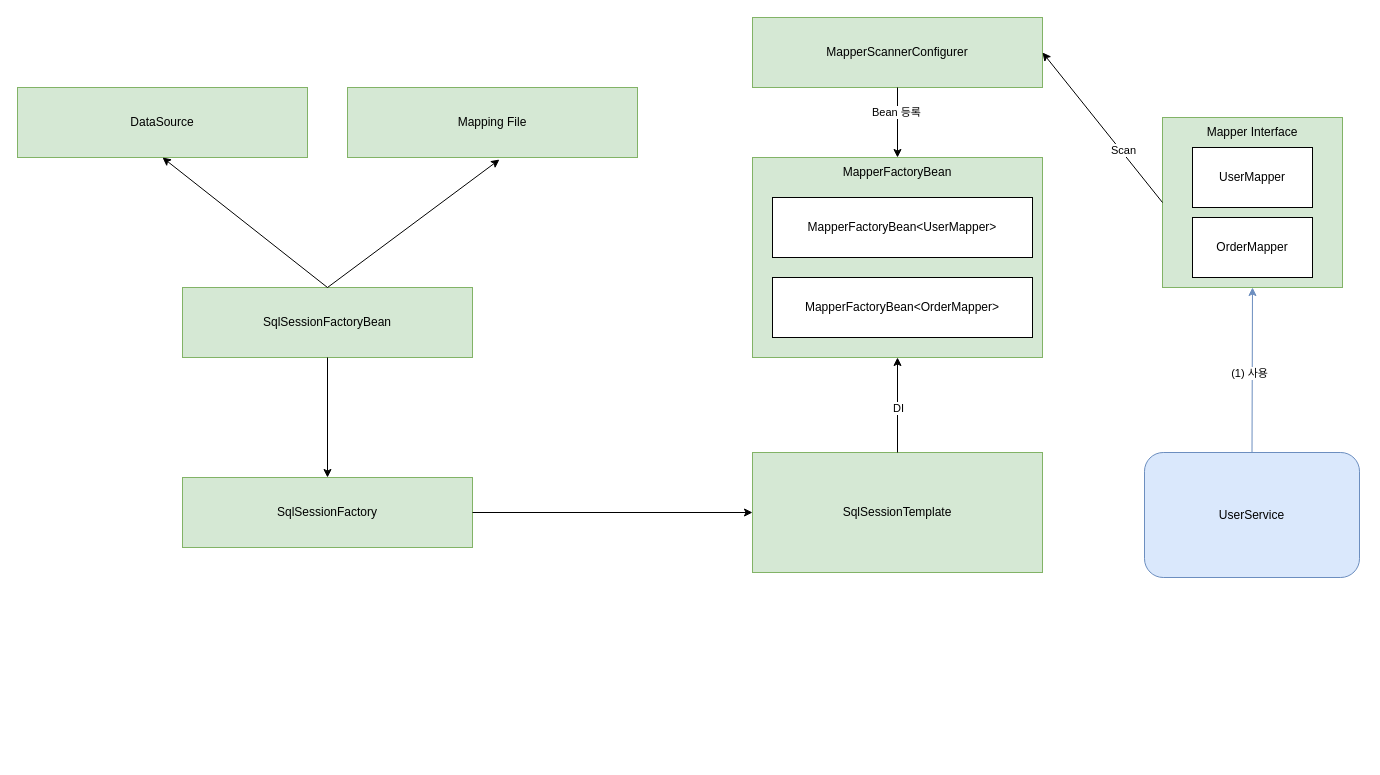
Earlier version of the draw.io diagram page "페이지-4" (4 of 4) of architecture/spring-memory.drawio (TreeStone94/drawio). Source tidied: cells renumbered, new cells numbered last; positions are measured from the earlier drawing's top-left corner, leaving out a move shared by most shapes. Both pictures are drawn from the tidied source at 100%, with x=0, y=0 at pixel (17, 17).
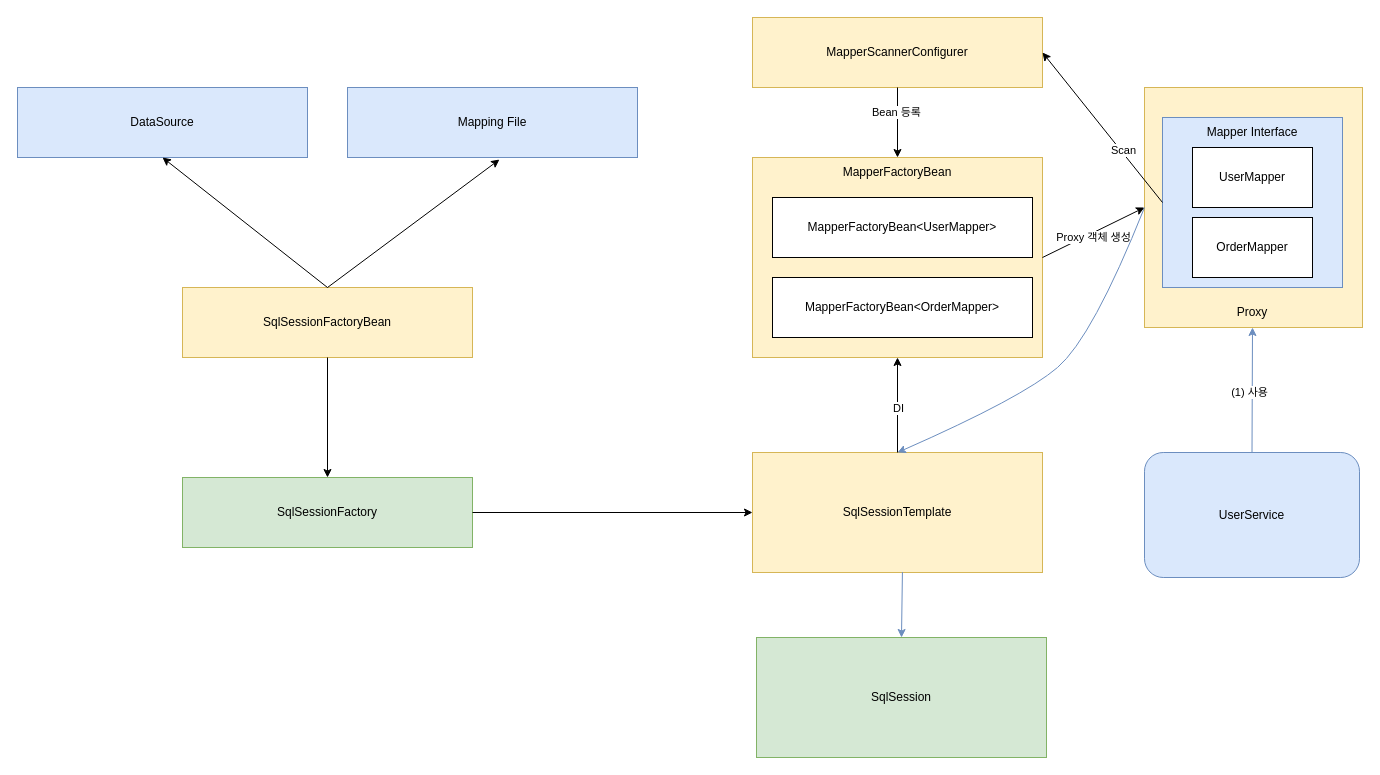
The same diagram, later.

Unchanged cells that the change refers to:
```xml
<mxCell id="26" value="UserService" style="rounded=1;whiteSpace=wrap;html=1;fillColor=#dae8fc;strokeColor=#6c8ebf;" parent="1" vertex="1">
  <mxGeometry x="1127" y="435" width="215" height="125" as="geometry" />
</mxCell>
```

What changed in the source:
```diff
@@
+    <mxCell id="29" style="rounded=0;whiteSpace=wrap;html=1;fillColor=#fff2cc;strokeColor=#d6b656;" parent="1" vertex="1">
+      <mxGeometry x="1127" y="70" width="218" height="240" as="geometry" />
+    </mxCell>
-    <mxCell id="2" value="SqlSessionFactoryBean" style="rounded=0;whiteSpace=wrap;html=1;fillColor=#d5e8d4;strokeColor=#82b366;" parent="1" vertex="1">
+    <mxCell id="2" value="SqlSessionFactoryBean" style="rounded=0;whiteSpace=wrap;html=1;fillColor=#fff2cc;strokeColor=#d6b656;" parent="1" vertex="1">
       <mxGeometry x="165" y="270" width="290" height="70" as="geometry" />
     </mxCell>
@@
-    <mxCell id="4" value="SqlSessionTemplate" style="rounded=0;whiteSpace=wrap;html=1;fillColor=#d5e8d4;strokeColor=#82b366;" parent="1" vertex="1">
+    <mxCell id="4" value="SqlSessionTemplate" style="rounded=0;whiteSpace=wrap;html=1;fillColor=#fff2cc;strokeColor=#d6b656;" parent="1" vertex="1">
       <mxGeometry x="735" y="435" width="290" height="120" as="geometry" />
     </mxCell>
-    <mxCell id="5" value="MapperScannerConfigurer" style="rounded=0;whiteSpace=wrap;html=1;fillColor=#d5e8d4;strokeColor=#82b366;" parent="1" vertex="1">
+    <mxCell id="5" value="MapperScannerConfigurer" style="rounded=0;whiteSpace=wrap;html=1;fillColor=#fff2cc;strokeColor=#d6b656;" parent="1" vertex="1">
       <mxGeometry x="735" width="290" height="70" as="geometry" />
     </mxCell>
-    <mxCell id="6" style="rounded=0;whiteSpace=wrap;html=1;fillColor=#d5e8d4;strokeColor=#82b366;" parent="1" vertex="1">
+    <mxCell id="6" style="rounded=0;whiteSpace=wrap;html=1;fillColor=#fff2cc;strokeColor=#d6b656;" parent="1" vertex="1">
       <mxGeometry x="735" y="140" width="290" height="200" as="geometry" />
     </mxCell>
-    <mxCell id="7" style="rounded=0;whiteSpace=wrap;html=1;fillColor=#d5e8d4;strokeColor=#82b366;" parent="1" vertex="1">
+    <mxCell id="7" style="rounded=0;whiteSpace=wrap;html=1;fillColor=#dae8fc;strokeColor=#6c8ebf;" parent="1" vertex="1">
       <mxGeometry x="1145" y="100" width="180" height="170" as="geometry" />
     </mxCell>
@@
-    <mxCell id="20" value="DataSource" style="rounded=0;whiteSpace=wrap;html=1;fillColor=#d5e8d4;strokeColor=#82b366;" parent="1" vertex="1">
+    <mxCell id="20" value="DataSource" style="rounded=0;whiteSpace=wrap;html=1;fillColor=#dae8fc;strokeColor=#6c8ebf;" parent="1" vertex="1">
       <mxGeometry y="70" width="290" height="70" as="geometry" />
     </mxCell>
-    <mxCell id="21" value="Mapping File" style="rounded=0;whiteSpace=wrap;html=1;fillColor=#d5e8d4;strokeColor=#82b366;" parent="1" vertex="1">
+    <mxCell id="21" value="Mapping File" style="rounded=0;whiteSpace=wrap;html=1;fillColor=#dae8fc;strokeColor=#6c8ebf;" parent="1" vertex="1">
       <mxGeometry x="330" y="70" width="290" height="70" as="geometry" />
     </mxCell>
@@
-    <mxCell id="27" style="endArrow=classic;html=1;rounded=0;exitX=0.5;exitY=0;exitDx=0;exitDy=0;entryX=0.5;entryY=1;entryDx=0;entryDy=0;fillColor=#dae8fc;strokeColor=#6c8ebf;" parent="1" edge="1" source="26" target="7">
-      <mxGeometry relative="1" as="geometry" />
+    <mxCell id="27" style="endArrow=classic;html=1;rounded=0;exitX=0.5;exitY=0;exitDx=0;exitDy=0;fillColor=#dae8fc;strokeColor=#6c8ebf;" parent="1" edge="1" source="26">
+      <mxGeometry relative="1" as="geometry">
+        <mxPoint x="1235" y="310" as="targetPoint" />
+      </mxGeometry>
     </mxCell>
@@
+    <mxCell id="30" style="endArrow=classic;html=1;rounded=0;exitX=1;exitY=0.5;exitDx=0;exitDy=0;entryX=0;entryY=0.5;entryDx=0;entryDy=0;" parent="1" edge="1" source="6" target="29">
+      <mxGeometry relative="1" as="geometry" />
+    </mxCell>
+    <mxCell id="31" value="Proxy 객체 생성" style="edgeLabel;html=1;align=center;verticalAlign=middle;" parent="30" vertex="1">
+      <mxGeometry x="-0.31" y="-2" relative="1" as="geometry">
+        <mxPoint x="15" y="-5" as="offset" />
+      </mxGeometry>
+    </mxCell>
+    <mxCell id="32" value="Proxy" style="text;html=1;align=center;verticalAlign=middle;whiteSpace=wrap;rounded=0;" parent="1" vertex="1">
+      <mxGeometry x="1204.5" y="280" width="60" height="30" as="geometry" />
+    </mxCell>
+    <mxCell id="33" style="curved=1;endArrow=classic;html=1;rounded=0;entryX=0.5;entryY=0;entryDx=0;entryDy=0;fillColor=#dae8fc;strokeColor=#6c8ebf;exitX=0;exitY=0.5;exitDx=0;exitDy=0;" parent="1" edge="1" source="29" target="4">
+      <mxGeometry relative="1" as="geometry">
+        <Array as="points">
+          <mxPoint x="1075" y="320" />
+          <mxPoint x="1005" y="380" />
+        </Array>
+      </mxGeometry>
+    </mxCell>
+    <mxCell id="34" value="SqlSession" style="rounded=0;whiteSpace=wrap;html=1;fillColor=#d5e8d4;strokeColor=#82b366;" parent="1" vertex="1">
+      <mxGeometry x="739" y="620" width="290" height="120" as="geometry" />
+    </mxCell>
+    <mxCell id="35" style="endArrow=classic;html=1;rounded=0;exitX=0.517;exitY=0.997;exitDx=0;exitDy=0;entryX=0.5;entryY=0;entryDx=0;entryDy=0;exitPerimeter=0;fillColor=#dae8fc;strokeColor=#6c8ebf;" parent="1" edge="1" source="4" target="34">
+      <mxGeometry relative="1" as="geometry" />
+    </mxCell>
```
